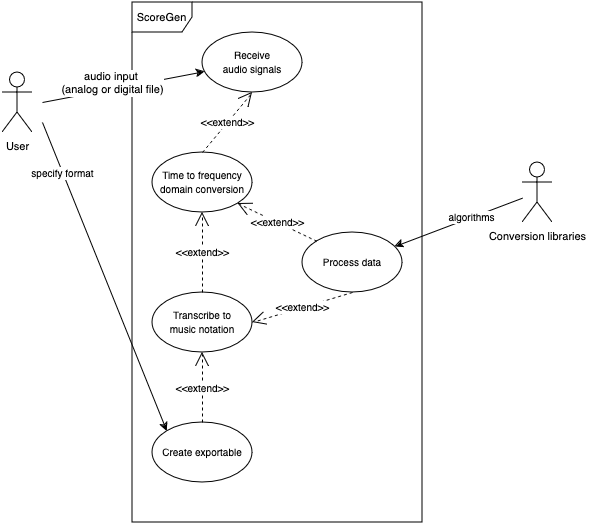
The draw.io diagram docs/SRS-Volere/images/BUC-revised.png in emilyperica/ScoreGen, before a commit. Source tidied: cells renumbered, new cells last; positions are measured from the earlier drawing's top-left corner, leaving out a move shared by most shapes.
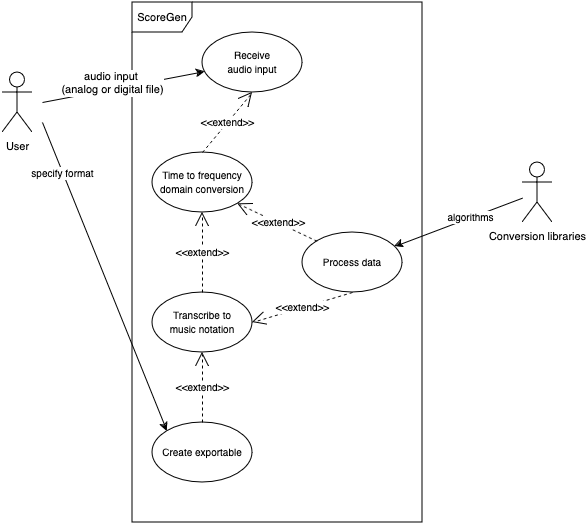
The same diagram one commit later.

Diff of the diagram source:
```diff
@@ -37,7 +37,7 @@
     <mxCell id="10" value="&lt;font style=&quot;font-size: 11px;&quot;&gt;User&lt;/font&gt;" style="shape=umlActor;verticalLabelPosition=bottom;verticalAlign=top;html=1;" parent="1" vertex="1">
       <mxGeometry y="70" width="30" height="60" as="geometry" />
     </mxCell>
-    <mxCell id="11" value="&lt;font style=&quot;font-size: 10px;&quot;&gt;Receive&lt;br&gt; audio signals&lt;/font&gt;" style="ellipse;whiteSpace=wrap;html=1;" parent="1" vertex="1">
+    <mxCell id="11" value="&lt;font style=&quot;font-size: 10px;&quot;&gt;Receive&lt;br&gt; audio input&lt;/font&gt;" style="ellipse;whiteSpace=wrap;html=1;" parent="1" vertex="1">
       <mxGeometry x="200" y="30" width="100" height="60" as="geometry" />
     </mxCell>
     <mxCell id="12" value="&lt;font style=&quot;font-size: 10px;&quot;&gt;Time to frequency domain conversion&lt;/font&gt;" style="ellipse;whiteSpace=wrap;html=1;" parent="1" vertex="1">
```
